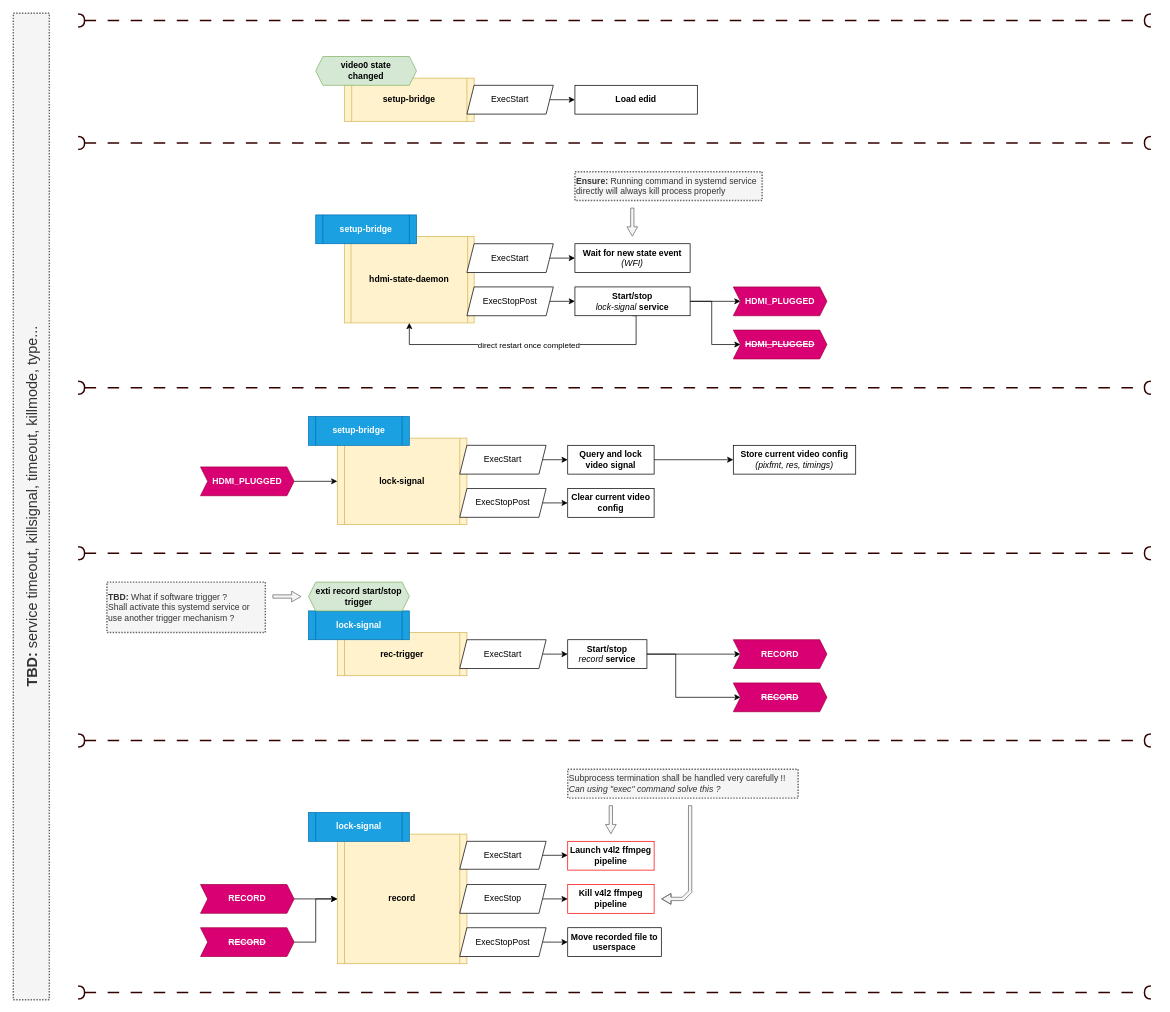
repeact/embedded-sw keeps this draw.io diagram as page "system-behavior" (3 of 8) of docs/arch/arch.v4.drawio. Above is the earlier version. Source tidied: cells renumbered, new cells numbered last; positions are measured from the earlier drawing's top-left corner, leaving out a move shared by most shapes. Both pictures are drawn from the tidied source at 72%, with x=0, y=0 at pixel (13, 13).
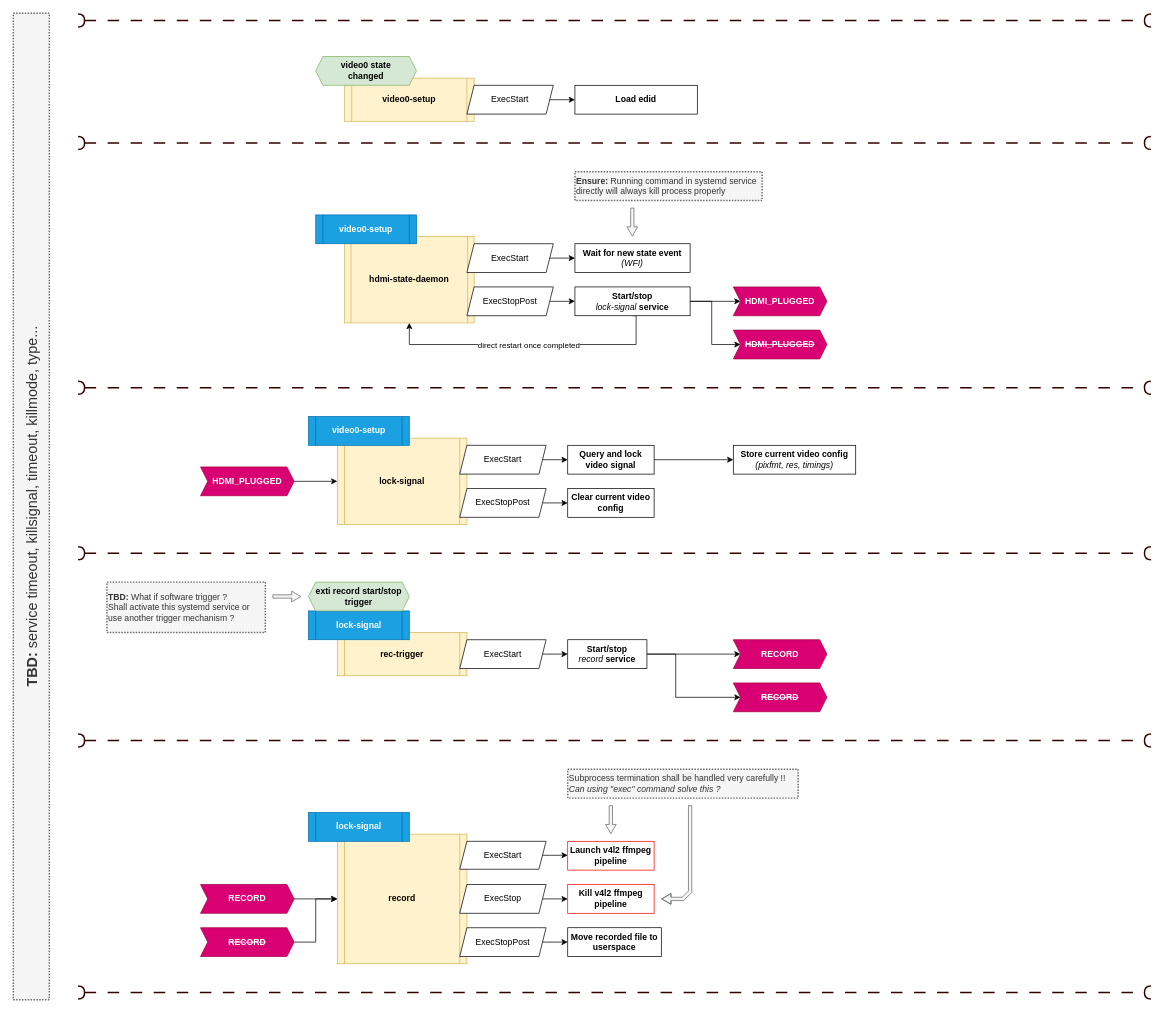
After the change.

Commit message (it also covers changes not shown here):
docs(arch): add video0-setup design

What changed in the source:
```diff
@@
-    <mxCell id="3" value="&lt;span style=&quot;font-size: 12px;&quot;&gt;&lt;b&gt;setup-bridge&lt;/b&gt;&lt;/span&gt;" style="shape=process;whiteSpace=wrap;html=1;backgroundOutline=1;size=0.05555555555555555;strokeWidth=1;fontSize=8;fillColor=#fff2cc;strokeColor=#d6b656;" parent="1" vertex="1">
+    <mxCell id="3" value="&lt;span style=&quot;font-size: 12px;&quot;&gt;&lt;b&gt;video0-setup&lt;/b&gt;&lt;/span&gt;" style="shape=process;whiteSpace=wrap;html=1;backgroundOutline=1;size=0.05555555555555555;strokeWidth=1;fontSize=8;fillColor=#fff2cc;strokeColor=#d6b656;" parent="1" vertex="1">
       <mxGeometry x="460" y="90" width="180" height="60" as="geometry" />
     </mxCell>
@@
-    <mxCell id="11" value="&lt;b style=&quot;font-size: 12px;&quot;&gt;setup-bridge&lt;/b&gt;" style="shape=process;whiteSpace=wrap;html=1;backgroundOutline=1;size=0.07142857142857142;strokeWidth=1;fontSize=8;fillColor=#1ba1e2;fontColor=#FFFFFF;strokeColor=#006EAF;" parent="1" vertex="1">
+    <mxCell id="11" value="&lt;b style=&quot;font-size: 12px;&quot;&gt;video0-setup&lt;/b&gt;" style="shape=process;whiteSpace=wrap;html=1;backgroundOutline=1;size=0.07142857142857142;strokeWidth=1;fontSize=8;fillColor=#1ba1e2;fontColor=#FFFFFF;strokeColor=#006EAF;" parent="1" vertex="1">
       <mxGeometry x="420" y="280" width="140" height="40" as="geometry" />
     </mxCell>
-    <mxCell id="12" value="&lt;b style=&quot;font-size: 12px;&quot;&gt;setup-bridge&lt;/b&gt;" style="shape=process;whiteSpace=wrap;html=1;backgroundOutline=1;size=0.07142857142857142;strokeWidth=1;fontSize=8;fillColor=#1ba1e2;fontColor=#FFFFFF;strokeColor=#006EAF;" parent="1" vertex="1">
+    <mxCell id="12" value="&lt;b style=&quot;font-size: 12px;&quot;&gt;video0-setup&lt;/b&gt;" style="shape=process;whiteSpace=wrap;html=1;backgroundOutline=1;size=0.07142857142857142;strokeWidth=1;fontSize=8;fillColor=#1ba1e2;fontColor=#FFFFFF;strokeColor=#006EAF;" parent="1" vertex="1">
       <mxGeometry x="410" y="560" width="140" height="40" as="geometry" />
     </mxCell>
```
